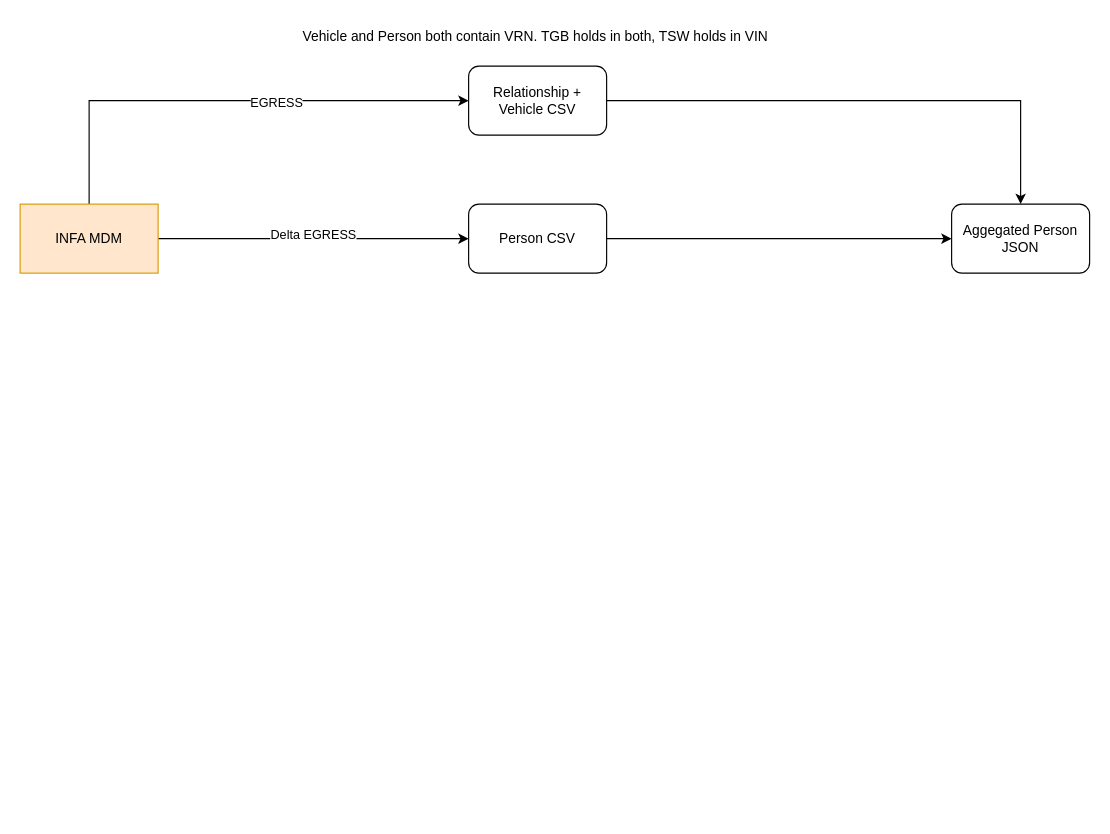
Before: page "Page-3" (3 of 18) of TME-Misc_Design.drawio in biswarup81/drawings, a draw.io diagram. Source tidied: cells renumbered, new cells numbered last; positions are measured from the earlier drawing's top-left corner, leaving out a move shared by most shapes. Both pictures are drawn from the tidied source at 115%, with x=0, y=0 at pixel (20, 20).
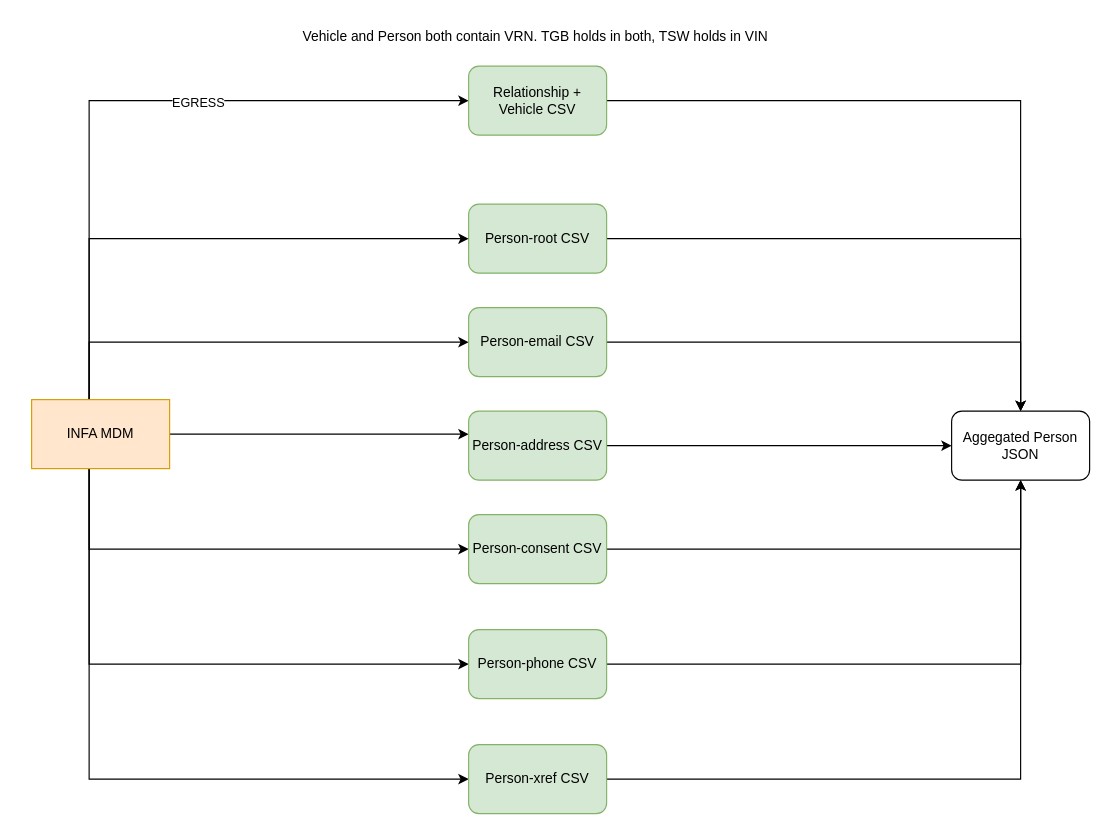
The same diagram, later.

Diff of the diagram source:
```diff
@@
-    <mxCell id="3" value="Person CSV" style="rounded=1;whiteSpace=wrap;html=1;" parent="1" vertex="1">
+    <mxCell id="3" value="Person-root CSV" style="rounded=1;whiteSpace=wrap;html=1;fillColor=#d5e8d4;strokeColor=#82b366;" parent="1" vertex="1">
       <mxGeometry x="390" y="160" width="120" height="60" as="geometry" />
     </mxCell>
-    <mxCell id="4" style="edgeStyle=orthogonalEdgeStyle;rounded=0;jettySize=auto;html=1;" parent="1" edge="1" source="8" target="3">
-      <mxGeometry relative="1" as="geometry" />
-    </mxCell>
-    <mxCell id="5" value="Delta EGRESS" style="edgeLabel;html=1;align=center;verticalAlign=middle;" parent="4" vertex="1">
-      <mxGeometry x="-0.01" y="4" relative="1" as="geometry" />
-    </mxCell>
@@
+    <mxCell id="13" style="edgeStyle=orthogonalEdgeStyle;rounded=0;jettySize=auto;html=1;" parent="1" edge="1" source="8" target="19">
+      <mxGeometry relative="1" as="geometry">
+        <Array as="points">
+          <mxPoint x="60" y="280" />
+        </Array>
+      </mxGeometry>
+    </mxCell>
+    <mxCell id="14" style="edgeStyle=orthogonalEdgeStyle;rounded=0;jettySize=auto;html=1;" parent="1" edge="1" source="8" target="21">
+      <mxGeometry relative="1" as="geometry">
+        <Array as="points">
+          <mxPoint x="60" y="370" />
+        </Array>
+      </mxGeometry>
+    </mxCell>
+    <mxCell id="15" style="edgeStyle=orthogonalEdgeStyle;rounded=0;jettySize=auto;html=1;" parent="1" edge="1" source="8" target="23">
+      <mxGeometry relative="1" as="geometry">
+        <Array as="points">
+          <mxPoint x="60" y="460" />
+        </Array>
+      </mxGeometry>
+    </mxCell>
+    <mxCell id="16" style="edgeStyle=orthogonalEdgeStyle;rounded=0;jettySize=auto;html=1;" parent="1" edge="1" source="8" target="25">
+      <mxGeometry relative="1" as="geometry">
+        <Array as="points">
+          <mxPoint x="60" y="560" />
+        </Array>
+      </mxGeometry>
+    </mxCell>
+    <mxCell id="17" style="edgeStyle=orthogonalEdgeStyle;rounded=0;jettySize=auto;html=1;" parent="1" edge="1" source="8" target="27">
+      <mxGeometry relative="1" as="geometry">
+        <Array as="points">
+          <mxPoint x="60" y="660" />
+        </Array>
+      </mxGeometry>
+    </mxCell>
+    <mxCell id="4" style="edgeStyle=orthogonalEdgeStyle;rounded=0;jettySize=auto;html=1;entryX=0;entryY=0.5;entryDx=0;entryDy=0;" parent="1" edge="1" source="8" target="3">
+      <mxGeometry relative="1" as="geometry">
+        <Array as="points">
+          <mxPoint x="60" y="190" />
+        </Array>
+      </mxGeometry>
+    </mxCell>
     <mxCell id="8" value="INFA MDM" style="rounded=0;whiteSpace=wrap;html=1;fillColor=#ffe6cc;strokeColor=#d79b00;" parent="1" vertex="1">
-      <mxGeometry y="160" width="120" height="60" as="geometry" />
+      <mxGeometry x="10" y="330" width="120" height="60" as="geometry" />
     </mxCell>
@@
-    <mxCell id="10" value="Relationship + Vehicle CSV" style="rounded=1;whiteSpace=wrap;html=1;" parent="1" vertex="1">
+    <mxCell id="10" value="Relationship + Vehicle CSV" style="rounded=1;whiteSpace=wrap;html=1;fillColor=#d5e8d4;strokeColor=#82b366;" parent="1" vertex="1">
       <mxGeometry x="390" y="40" width="120" height="60" as="geometry" />
     </mxCell>
     <mxCell id="11" value="Aggegated Person JSON" style="rounded=1;whiteSpace=wrap;html=1;" parent="1" vertex="1">
-      <mxGeometry x="810" y="160" width="120" height="60" as="geometry" />
+      <mxGeometry x="810" y="340" width="120" height="60" as="geometry" />
     </mxCell>
@@
+    <mxCell id="18" style="edgeStyle=orthogonalEdgeStyle;rounded=0;jettySize=auto;html=1;" parent="1" edge="1" source="19" target="11">
+      <mxGeometry relative="1" as="geometry">
+        <Array as="points">
+          <mxPoint x="870" y="280" />
+        </Array>
+      </mxGeometry>
+    </mxCell>
+    <mxCell id="19" value="Person-email CSV" style="rounded=1;whiteSpace=wrap;html=1;fillColor=#d5e8d4;strokeColor=#82b366;" parent="1" vertex="1">
+      <mxGeometry x="390" y="250" width="120" height="60" as="geometry" />
+    </mxCell>
+    <mxCell id="20" style="edgeStyle=orthogonalEdgeStyle;rounded=0;jettySize=auto;html=1;" parent="1" edge="1" source="21" target="11">
+      <mxGeometry relative="1" as="geometry" />
+    </mxCell>
+    <mxCell id="21" value="Person-address CSV" style="rounded=1;whiteSpace=wrap;html=1;fillColor=#d5e8d4;strokeColor=#82b366;" parent="1" vertex="1">
+      <mxGeometry x="390" y="340" width="120" height="60" as="geometry" />
+    </mxCell>
+    <mxCell id="22" style="edgeStyle=orthogonalEdgeStyle;rounded=0;jettySize=auto;html=1;" parent="1" edge="1" source="23" target="11">
+      <mxGeometry relative="1" as="geometry" />
+    </mxCell>
+    <mxCell id="23" value="Person-consent CSV" style="rounded=1;whiteSpace=wrap;html=1;fillColor=#d5e8d4;strokeColor=#82b366;" parent="1" vertex="1">
+      <mxGeometry x="390" y="430" width="120" height="60" as="geometry" />
+    </mxCell>
+    <mxCell id="24" style="edgeStyle=orthogonalEdgeStyle;rounded=0;jettySize=auto;html=1;" parent="1" edge="1" source="25" target="11">
+      <mxGeometry relative="1" as="geometry" />
+    </mxCell>
+    <mxCell id="25" value="Person-phone CSV" style="rounded=1;whiteSpace=wrap;html=1;fillColor=#d5e8d4;strokeColor=#82b366;" parent="1" vertex="1">
+      <mxGeometry x="390" y="530" width="120" height="60" as="geometry" />
+    </mxCell>
+    <mxCell id="26" style="edgeStyle=orthogonalEdgeStyle;rounded=0;jettySize=auto;html=1;" parent="1" edge="1" source="27" target="11">
+      <mxGeometry relative="1" as="geometry" />
+    </mxCell>
+    <mxCell id="27" value="Person-xref CSV" style="rounded=1;whiteSpace=wrap;html=1;fillColor=#d5e8d4;strokeColor=#82b366;" parent="1" vertex="1">
+      <mxGeometry x="390" y="630" width="120" height="60" as="geometry" />
+    </mxCell>
```
